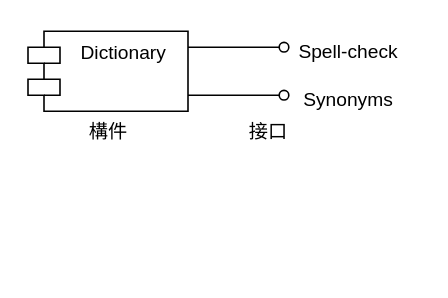
Earlier version of the draw.io diagram 3.drawio (rekcahtsebeht/SM). Source tidied: cells renumbered, new cells numbered last; positions are measured from the earlier drawing's top-left corner, leaving out a move shared by most shapes. Both pictures are drawn from the tidied source at 160%, with x=0, y=0 at pixel (27, 27).
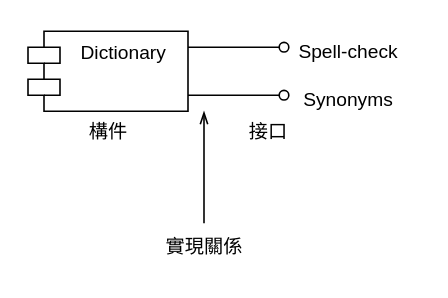
The same diagram, later.

What changed in the source:
```diff
@@
 <mxGraphModel>
   <root>
     <mxCell id="0" />
     <mxCell id="1" parent="0" />
     <mxCell id="2" value="Dictionary" style="shape=module;align=left;spacingLeft=20;align=center;verticalAlign=top;whiteSpace=wrap;html=1;" parent="1" vertex="1">
       <mxGeometry y="2" width="100" height="50" as="geometry" />
     </mxCell>
     <mxCell id="3" value="構件" style="text;html=1;align=center;verticalAlign=middle;strokeColor=none;fillColor=none;" parent="1" vertex="1">
       <mxGeometry x="25" y="50" width="50" height="30" as="geometry" />
     </mxCell>
     <mxCell id="4" style="endArrow=oval;html=1;rounded=0;endFill=0;" parent="1" edge="1">
       <mxGeometry relative="1" as="geometry">
         <mxPoint x="100" y="12" as="sourcePoint" />
         <mxPoint x="160" y="12" as="targetPoint" />
       </mxGeometry>
     </mxCell>
     <mxCell id="5" style="endArrow=oval;html=1;rounded=0;endFill=0;" parent="1" edge="1">
       <mxGeometry relative="1" as="geometry">
         <mxPoint x="100" y="42" as="sourcePoint" />
         <mxPoint x="160" y="42" as="targetPoint" />
       </mxGeometry>
     </mxCell>
     <mxCell id="6" value="Spell-check" style="text;html=1;align=center;verticalAlign=middle;strokeColor=none;fillColor=none;" parent="1" vertex="1">
       <mxGeometry x="155" width="90" height="30" as="geometry" />
     </mxCell>
     <mxCell id="7" value="Synonyms" style="text;html=1;align=center;verticalAlign=middle;strokeColor=none;fillColor=none;" parent="1" vertex="1">
       <mxGeometry x="160" y="30" width="80" height="30" as="geometry" />
     </mxCell>
     <mxCell id="8" value="接口" style="text;html=1;align=center;verticalAlign=middle;strokeColor=none;fillColor=none;" parent="1" vertex="1">
       <mxGeometry x="125" y="50" width="50" height="30" as="geometry" />
     </mxCell>
+    <mxCell id="9" style="endArrow=openThin;html=1;rounded=0;endFill=0;" parent="1" edge="1">
+      <mxGeometry relative="1" as="geometry">
+        <mxPoint x="110" y="122" as="sourcePoint" />
+        <mxPoint x="110" y="52" as="targetPoint" />
+      </mxGeometry>
+    </mxCell>
+    <mxCell id="10" value="實現關係" style="text;html=1;align=center;verticalAlign=middle;strokeColor=none;fillColor=none;" parent="1" vertex="1">
+      <mxGeometry x="75" y="122" width="70" height="30" as="geometry" />
+    </mxCell>
   </root>
 </mxGraphModel>
```
